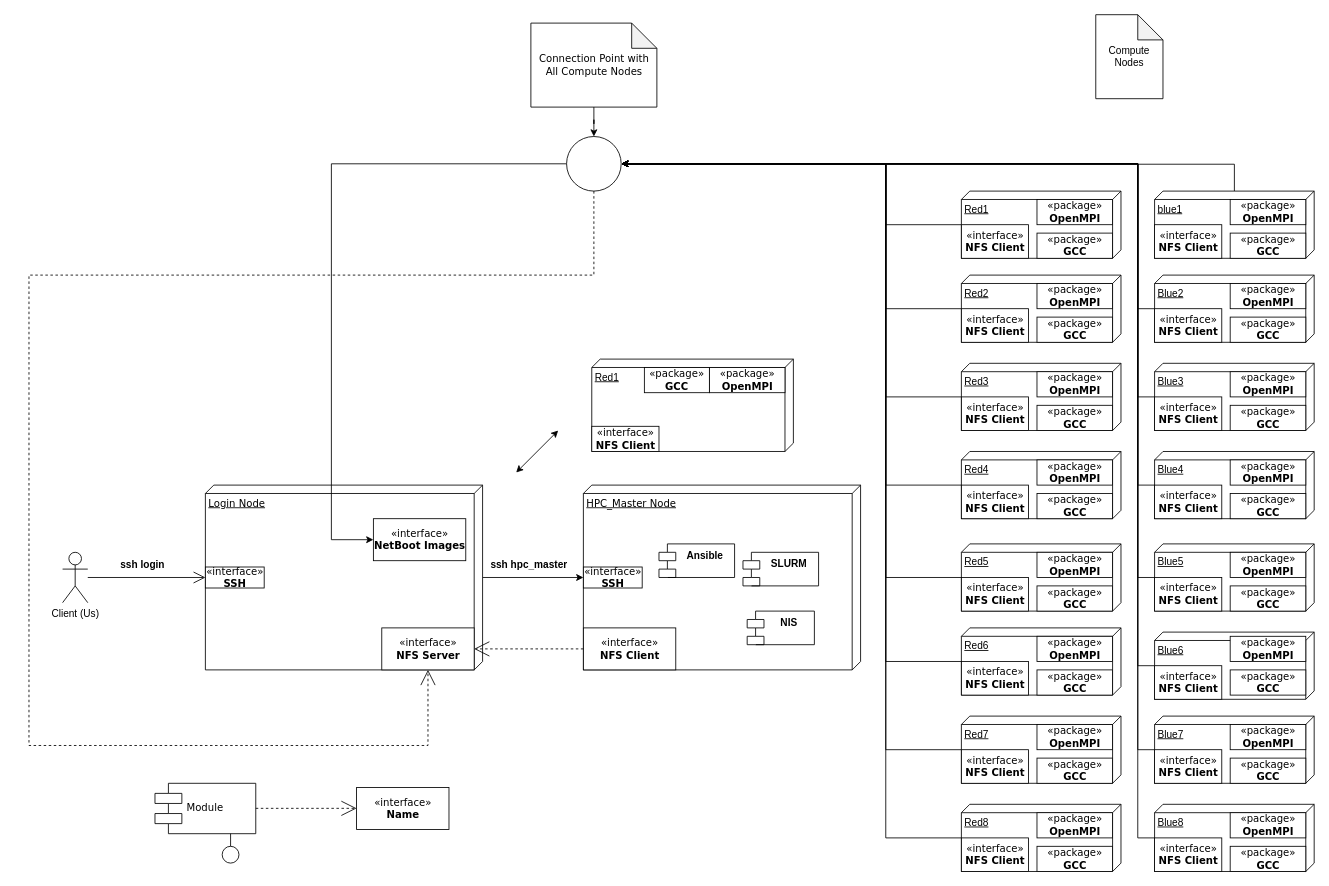
The draw.io diagram Deployment_Diagram_HPC_Raspberry_PI.drawio in JohnnyPol/Pi_Cluster-ECE_NTUA_2024-2025, before the edit. Source tidied: cells renumbered, new cells numbered last; positions are measured from the earlier drawing's top-left corner, leaving out a move shared by most shapes. Both pictures are drawn from the tidied source at 84%, with x=0, y=0 at pixel (29, 14).
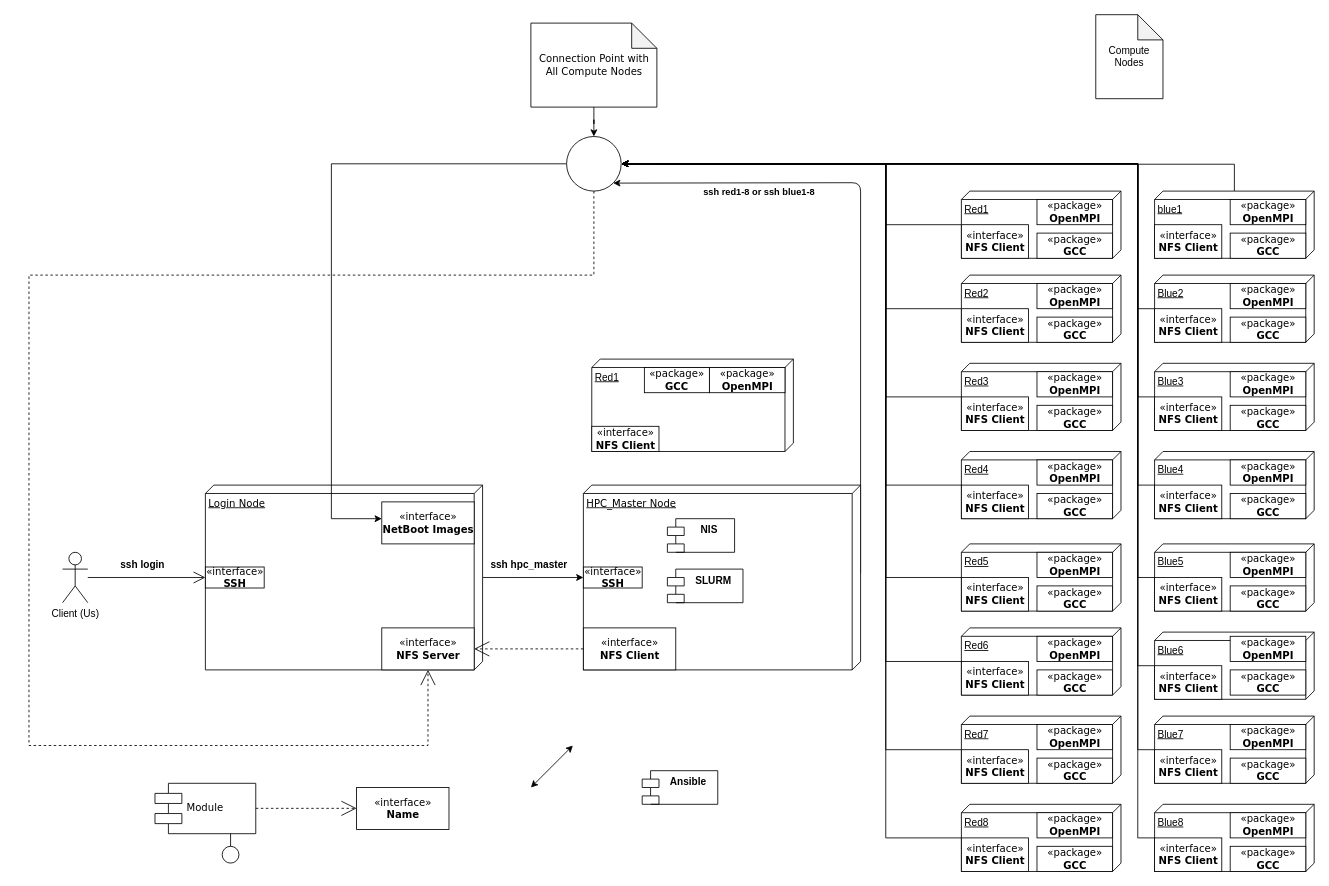
The same diagram, later.

Commit message (it also covers changes not shown here):
Minor change on the chroot_install_packages script.

Unchanged cells that the change refers to:
```xml
<mxCell id="4" value="HPC_Master Node" style="verticalAlign=top;align=left;spacingTop=8;spacingLeft=2;spacingRight=12;shape=cube;size=10;direction=south;fontStyle=4;html=1;rounded=0;shadow=0;comic=0;labelBackgroundColor=none;strokeWidth=1;fontFamily=Verdana;fontSize=12;" parent="1" vertex="1">
  <mxGeometry x="660" y="560" width="330" height="220" as="geometry" />
</mxCell>
<mxCell id="93" style="ellipse;whiteSpace=wrap;html=1;rounded=0;shadow=0;comic=0;labelBackgroundColor=none;strokeWidth=1;fontFamily=Verdana;fontSize=12;align=center;" parent="1" vertex="1">
  <mxGeometry x="640" y="145" width="65" height="65" as="geometry" />
</mxCell>
```

Diff of the diagram source:
```diff
@@
+    <mxCell id="131" style="edgeStyle=none;html=1;exitX=0;exitY=0;exitDx=105;exitDy=0;exitPerimeter=0;entryX=1;entryY=1;entryDx=0;entryDy=0;" parent="1" edge="1" source="4" target="93">
+      <mxGeometry relative="1" as="geometry">
+        <Array as="points">
+          <mxPoint x="990" y="200" />
+        </Array>
+      </mxGeometry>
+    </mxCell>
+    <mxCell id="132" value="&lt;b&gt;ssh red1-8 or ssh blue1-8&lt;/b&gt;" style="edgeLabel;html=1;align=center;verticalAlign=middle;" parent="131" vertex="1">
+      <mxGeometry x="0.73" y="-2" relative="1" as="geometry">
+        <mxPoint x="71" y="12" as="offset" />
+      </mxGeometry>
+    </mxCell>
@@
     <mxCell id="13" value="«interface»&lt;br&gt;&lt;b&gt;NetBoot Images&lt;/b&gt;" style="html=1;rounded=0;shadow=0;comic=0;labelBackgroundColor=none;strokeWidth=1;fontFamily=Verdana;fontSize=12;align=center;" parent="1" vertex="1">
-      <mxGeometry x="410" y="600" width="110" height="50" as="geometry" />
+      <mxGeometry x="420" y="580" width="110" height="50" as="geometry" />
     </mxCell>
@@
     <mxCell id="92" style="edgeStyle=orthogonalEdgeStyle;rounded=0;jettySize=auto;html=1;fontFamily=Verdana;fontSize=12;fontColor=default;labelBackgroundColor=none;" parent="1" edge="1" source="93" target="13">
       <mxGeometry relative="1" as="geometry">
         <Array as="points">
-          <mxPoint x="360" y="625" />
+          <mxPoint x="360" y="178" />
+          <mxPoint x="360" y="600" />
         </Array>
       </mxGeometry>
     </mxCell>
@@
     <mxCell id="111" style="endArrow=classic;startArrow=classic;html=1;rounded=0;fontFamily=Verdana;fontSize=12;fontColor=default;labelBackgroundColor=none;" parent="1" edge="1">
       <mxGeometry relative="1" as="geometry">
-        <mxPoint x="580" y="545" as="sourcePoint" />
-        <mxPoint x="630" y="495" as="targetPoint" />
+        <mxPoint x="597.5" y="920" as="sourcePoint" />
+        <mxPoint x="647.5" y="870" as="targetPoint" />
       </mxGeometry>
     </mxCell>
     <mxCell id="112" value="&lt;b&gt;SLURM&lt;/b&gt;" style="shape=module;align=left;spacingLeft=20;align=center;verticalAlign=top;whiteSpace=wrap;html=1;" parent="1" vertex="1">
-      <mxGeometry x="850" y="640" width="90" height="40" as="geometry" />
+      <mxGeometry x="760" y="660" width="90" height="40" as="geometry" />
     </mxCell>
     <mxCell id="113" value="&lt;b&gt;NIS&lt;/b&gt;" style="shape=module;align=left;spacingLeft=20;align=center;verticalAlign=top;whiteSpace=wrap;html=1;" parent="1" vertex="1">
-      <mxGeometry x="855" y="710" width="80" height="40" as="geometry" />
+      <mxGeometry x="760" y="600" width="80" height="40" as="geometry" />
     </mxCell>
@@
     <mxCell id="125" value="&lt;b&gt;Ansible&lt;/b&gt;" style="shape=module;align=left;spacingLeft=20;align=center;verticalAlign=top;whiteSpace=wrap;html=1;" parent="1" vertex="1">
-      <mxGeometry x="750" y="630" width="90" height="40" as="geometry" />
+      <mxGeometry x="730" y="900" width="90" height="40" as="geometry" />
     </mxCell>
```
